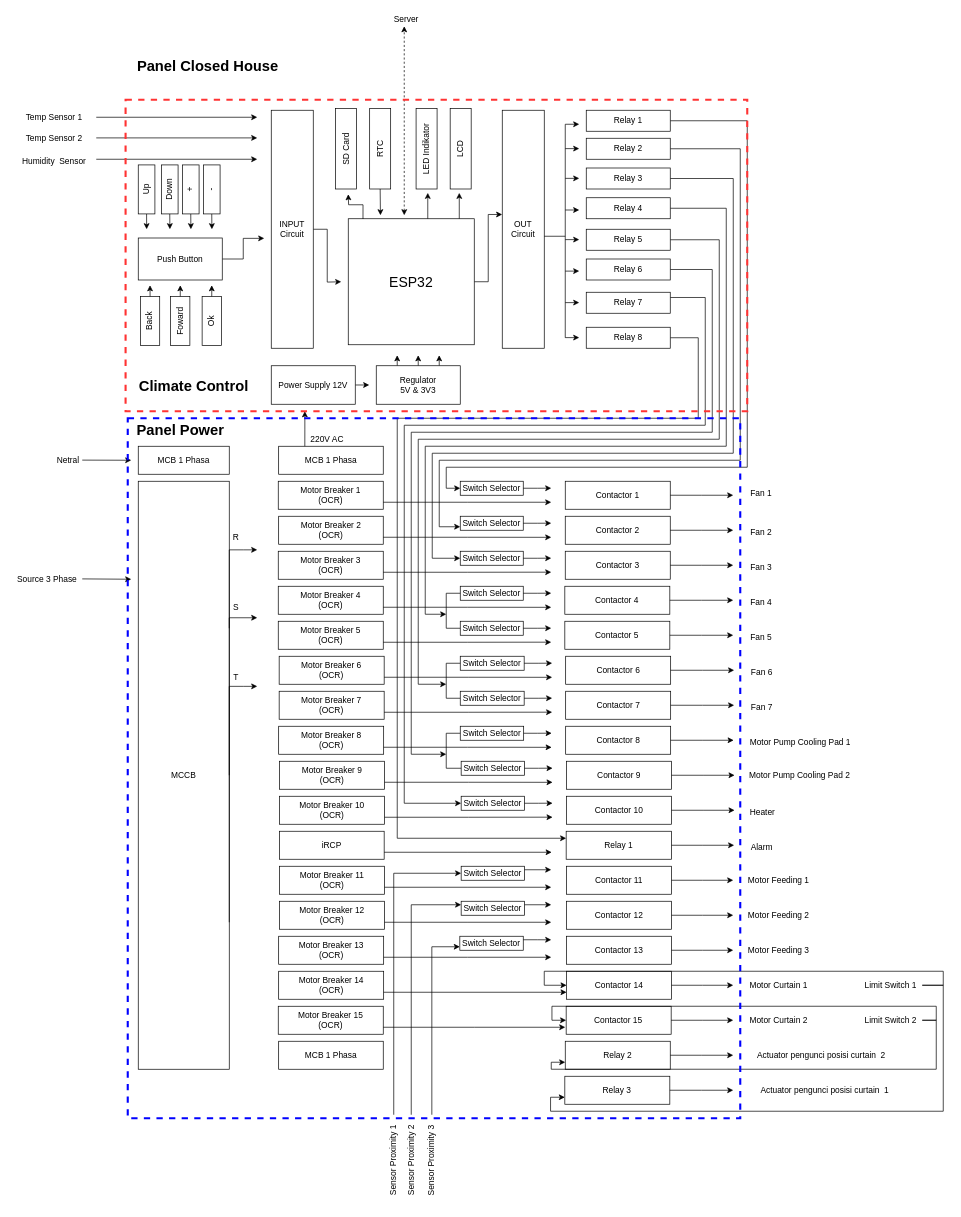
aufarachman39/Flowchart-PA keeps this draw.io diagram as Block diagram R01.drawio. Above is the earlier version. Source tidied: cells renumbered, new cells numbered last; positions are measured from the earlier drawing's top-left corner, leaving out a move shared by most shapes. Both pictures are drawn from the tidied source at 70%, with x=0, y=0 at pixel (12, 12).
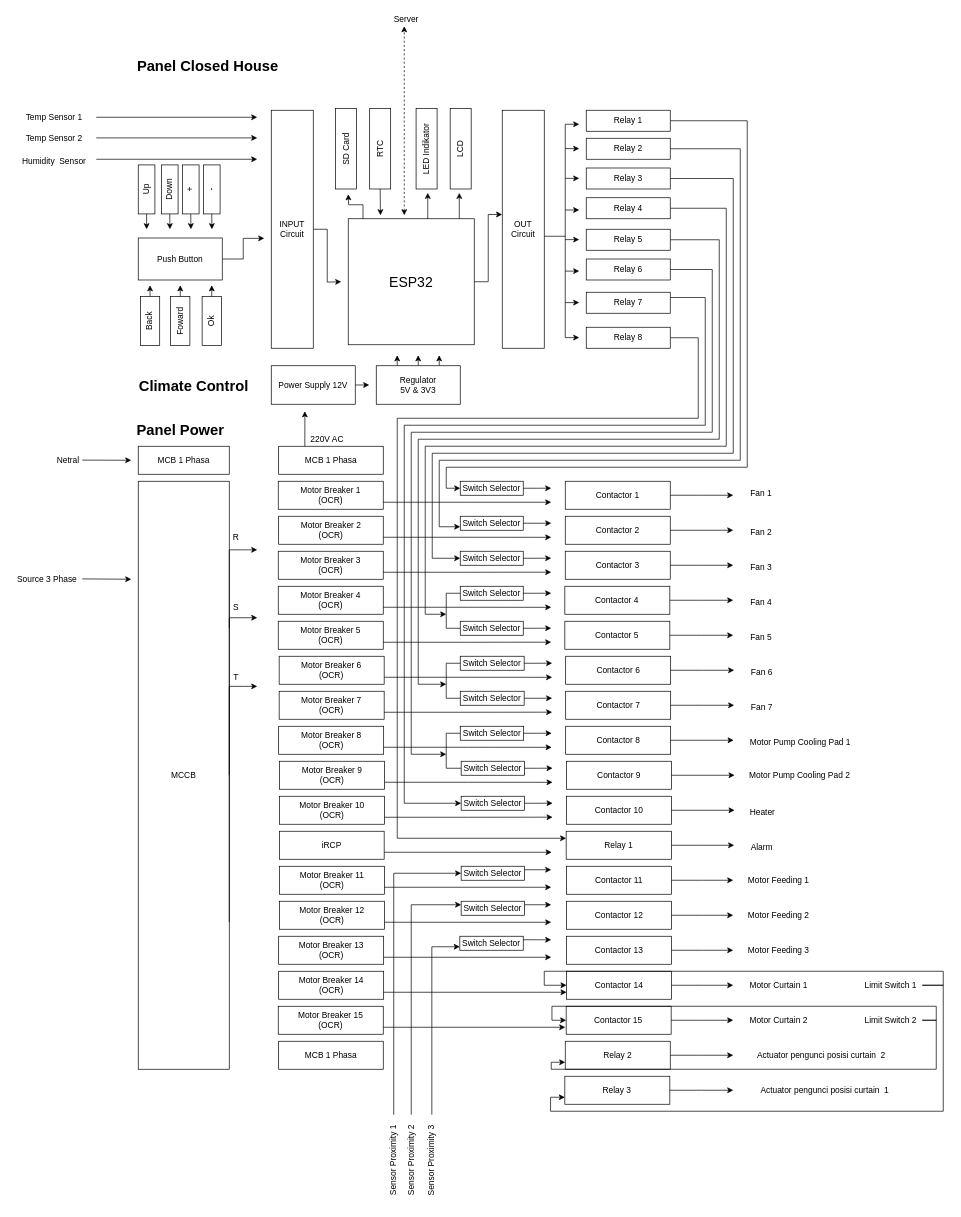
After the change.

Change to the diagram source:
```diff
@@
-    <mxCell id="218" style="rounded=0;whiteSpace=wrap;html=1;strokeWidth=3;fillColor=none;strokeColor=#0000FF;dashed=1;" parent="1" vertex="1">
-      <mxGeometry x="165" y="580" width="875" height="1000" as="geometry" />
-    </mxCell>
-    <mxCell id="219" style="rounded=0;whiteSpace=wrap;html=1;dashed=1;strokeWidth=3;fillColor=none;strokeColor=#FF3333;" parent="1" vertex="1">
-      <mxGeometry x="161.9" y="125" width="888.1" height="445" as="geometry" />
-    </mxCell>
```
